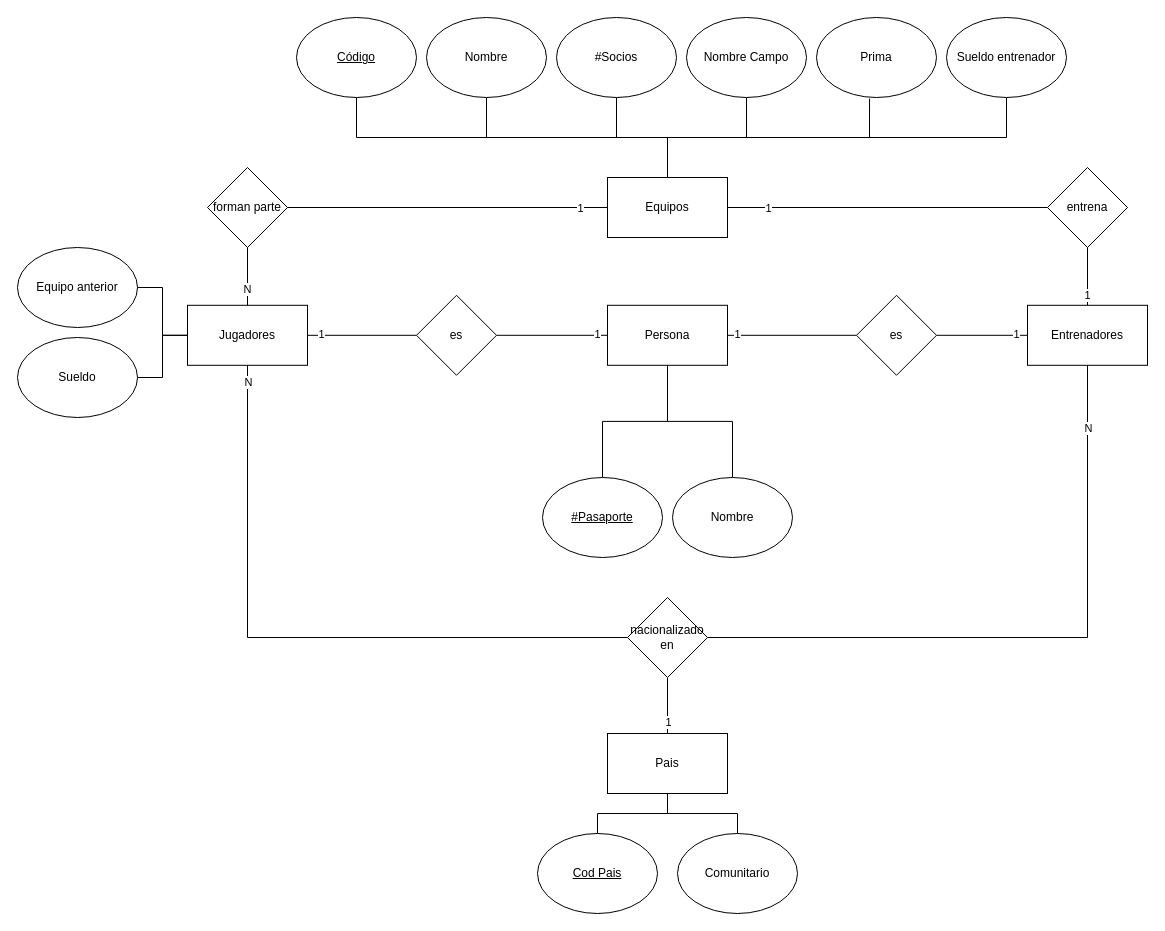
The draw.io diagram page "La Liga" (2 of 4) of ejercicios_diagramas_e_r.drawio in Fonsy/BBDD2021, before the edit. Source tidied: cells renumbered, new cells numbered last; positions are measured from the earlier drawing's top-left corner, leaving out a move shared by most shapes. Both pictures are drawn from the tidied source at 100%, with x=0, y=0 at pixel (17, 17).
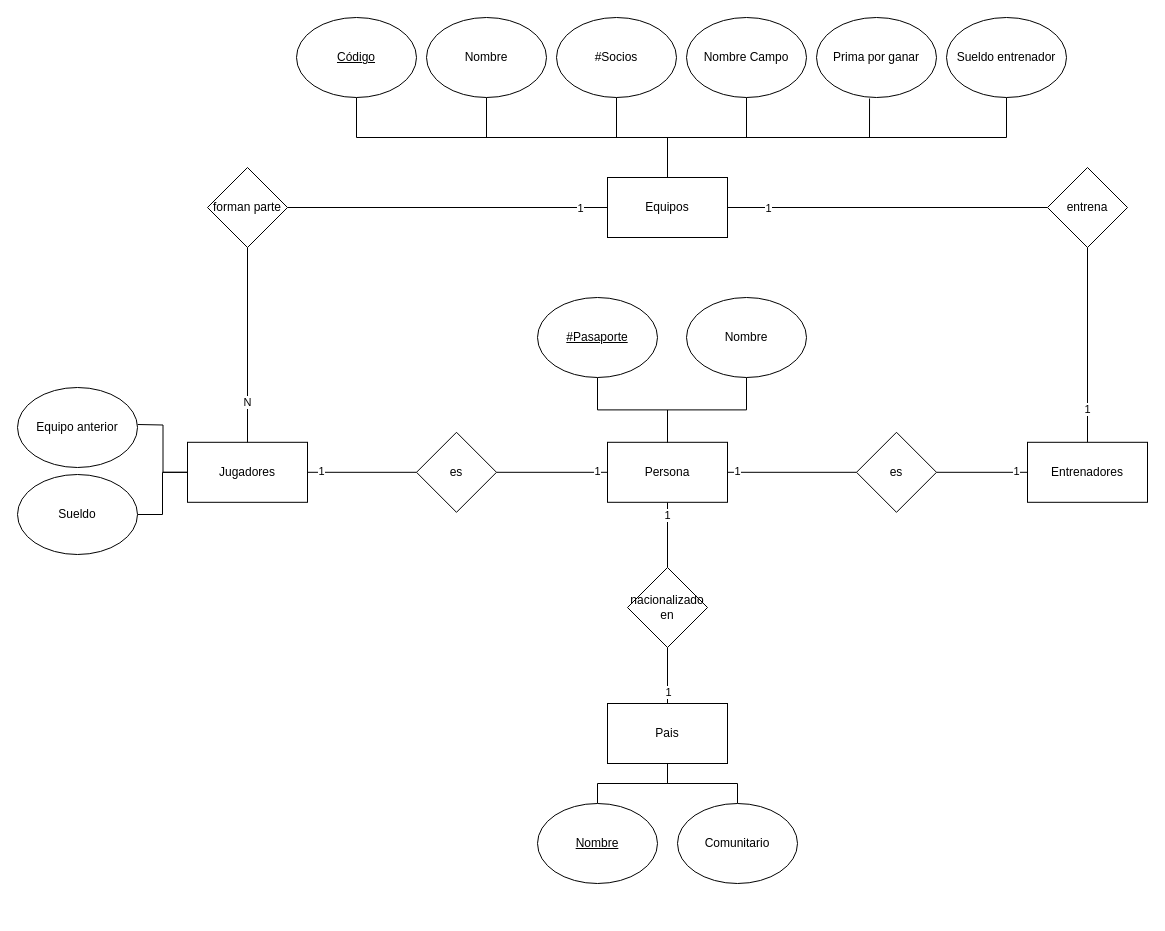
The same page after the edit.

What changed in the source:
```diff
@@
     <mxCell id="6" value="Entrenadores" style="rounded=0;whiteSpace=wrap;html=1;" parent="1" vertex="1">
-      <mxGeometry x="1010" y="287.8" width="120" height="60" as="geometry" />
+      <mxGeometry x="1010" y="424.8" width="120" height="60" as="geometry" />
     </mxCell>
@@
     <mxCell id="9" value="Jugadores" style="rounded=0;whiteSpace=wrap;html=1;" parent="1" vertex="1">
-      <mxGeometry x="170" y="287.8" width="120" height="60" as="geometry" />
+      <mxGeometry x="170" y="424.8" width="120" height="60" as="geometry" />
     </mxCell>
@@
     <mxCell id="26" value="Sueldo" style="ellipse;whiteSpace=wrap;html=1;" parent="1" vertex="1">
-      <mxGeometry y="320" width="120" height="80" as="geometry" />
+      <mxGeometry y="457" width="120" height="80" as="geometry" />
     </mxCell>
@@
-    <mxCell id="28" value="Prima" style="ellipse;whiteSpace=wrap;html=1;" parent="1" vertex="1">
+    <mxCell id="28" value="Prima por ganar" style="ellipse;whiteSpace=wrap;html=1;" parent="1" vertex="1">
       <mxGeometry x="799" width="120" height="80" as="geometry" />
     </mxCell>
-    <mxCell id="29" style="edgeStyle=orthogonalEdgeStyle;rounded=0;jettySize=auto;html=1;endArrow=none;endFill=0;entryX=0;entryY=0.5;entryDx=0;entryDy=0;" parent="1" edge="1" source="30" target="9">
-      <mxGeometry relative="1" as="geometry" />
+    <mxCell id="29" style="edgeStyle=orthogonalEdgeStyle;rounded=0;jettySize=auto;html=1;endArrow=none;endFill=0;entryX=0;entryY=0.5;entryDx=0;entryDy=0;" parent="1" edge="1" target="9">
+      <mxGeometry relative="1" as="geometry">
+        <mxPoint x="120" y="407" as="sourcePoint" />
+      </mxGeometry>
     </mxCell>
     <mxCell id="30" value="Equipo anterior" style="ellipse;whiteSpace=wrap;html=1;" parent="1" vertex="1">
-      <mxGeometry y="230" width="120" height="80" as="geometry" />
+      <mxGeometry y="370" width="120" height="80" as="geometry" />
     </mxCell>
@@
     <mxCell id="35" value="Pais" style="rounded=0;whiteSpace=wrap;html=1;" parent="1" vertex="1">
-      <mxGeometry x="590" y="716" width="120" height="60" as="geometry" />
+      <mxGeometry x="590" y="686" width="120" height="60" as="geometry" />
     </mxCell>
-    <mxCell id="36" style="edgeStyle=orthogonalEdgeStyle;rounded=0;jettySize=auto;html=1;endArrow=none;endFill=0;exitX=0;exitY=0.5;exitDx=0;exitDy=0;" parent="1" edge="1" source="44" target="9">
-      <mxGeometry relative="1" as="geometry" />
-    </mxCell>
-    <mxCell id="37" value="N" style="edgeLabel;html=1;align=center;verticalAlign=middle;" parent="36" vertex="1">
-      <mxGeometry x="0.82" relative="1" as="geometry">
-        <mxPoint y="-42" as="offset" />
-      </mxGeometry>
-    </mxCell>
@@
     <mxCell id="39" value="Comunitario" style="ellipse;whiteSpace=wrap;html=1;" parent="1" vertex="1">
-      <mxGeometry x="660" y="816" width="120" height="80" as="geometry" />
+      <mxGeometry x="660" y="786" width="120" height="80" as="geometry" />
     </mxCell>
@@
-    <mxCell id="41" value="&lt;u&gt;Cod Pais&lt;/u&gt;" style="ellipse;whiteSpace=wrap;html=1;" parent="1" vertex="1">
-      <mxGeometry x="520" y="816" width="120" height="80" as="geometry" />
+    <mxCell id="41" value="&lt;u&gt;Nombre&lt;/u&gt;" style="ellipse;whiteSpace=wrap;html=1;" parent="1" vertex="1">
+      <mxGeometry x="520" y="786" width="120" height="80" as="geometry" />
     </mxCell>
-    <mxCell id="42" style="edgeStyle=orthogonalEdgeStyle;rounded=0;jettySize=auto;html=1;endArrow=none;endFill=0;" parent="1" edge="1" source="44" target="6">
-      <mxGeometry relative="1" as="geometry" />
-    </mxCell>
-    <mxCell id="43" value="N" style="edgeLabel;html=1;align=center;verticalAlign=middle;" parent="42" vertex="1">
-      <mxGeometry x="0.81" relative="1" as="geometry" />
-    </mxCell>
+    <mxCell id="58" style="edgeStyle=orthogonalEdgeStyle;rounded=0;jettySize=auto;html=1;endArrow=none;endFill=0;" parent="1" edge="1" source="44" target="47">
+      <mxGeometry relative="1" as="geometry" />
+    </mxCell>
+    <mxCell id="59" value="1" style="edgeLabel;html=1;align=center;verticalAlign=middle;" parent="58" vertex="1">
+      <mxGeometry x="0.79" relative="1" as="geometry">
+        <mxPoint x="-1" y="5" as="offset" />
+      </mxGeometry>
+    </mxCell>
     <mxCell id="44" value="nacionalizado en" style="rhombus;whiteSpace=wrap;html=1;" parent="1" vertex="1">
-      <mxGeometry x="610" y="580" width="80" height="80" as="geometry" />
+      <mxGeometry x="610" y="550" width="80" height="80" as="geometry" />
     </mxCell>
@@
     <mxCell id="47" value="Persona" style="rounded=0;whiteSpace=wrap;html=1;" parent="1" vertex="1">
-      <mxGeometry x="590" y="287.8" width="120" height="60" as="geometry" />
+      <mxGeometry x="590" y="424.8" width="120" height="60" as="geometry" />
     </mxCell>
-    <mxCell id="48" style="edgeStyle=orthogonalEdgeStyle;rounded=0;jettySize=auto;html=1;endArrow=none;endFill=0;" parent="1" edge="1" source="49" target="47">
+    <mxCell id="48" style="edgeStyle=orthogonalEdgeStyle;rounded=0;jettySize=auto;html=1;endArrow=none;endFill=0;exitX=0.5;exitY=1;exitDx=0;exitDy=0;" parent="1" edge="1" source="49" target="47">
       <mxGeometry relative="1" as="geometry" />
     </mxCell>
     <mxCell id="49" value="&lt;u&gt;#Pasaporte&lt;/u&gt;" style="ellipse;whiteSpace=wrap;html=1;" parent="1" vertex="1">
-      <mxGeometry x="525" y="460" width="120" height="80" as="geometry" />
+      <mxGeometry x="520" y="280" width="120" height="80" as="geometry" />
     </mxCell>
-    <mxCell id="50" style="edgeStyle=orthogonalEdgeStyle;rounded=0;jettySize=auto;html=1;entryX=0.5;entryY=1;entryDx=0;entryDy=0;endArrow=none;endFill=0;" parent="1" edge="1" source="51" target="47">
+    <mxCell id="50" style="edgeStyle=orthogonalEdgeStyle;rounded=0;jettySize=auto;html=1;entryX=0.5;entryY=0;entryDx=0;entryDy=0;endArrow=none;endFill=0;exitX=0.5;exitY=1;exitDx=0;exitDy=0;" parent="1" edge="1" source="51" target="47">
       <mxGeometry relative="1" as="geometry" />
     </mxCell>
     <mxCell id="51" value="Nombre" style="ellipse;whiteSpace=wrap;html=1;" parent="1" vertex="1">
-      <mxGeometry x="655" y="460" width="120" height="80" as="geometry" />
+      <mxGeometry x="669" y="280" width="120" height="80" as="geometry" />
     </mxCell>
@@
     <mxCell id="54" value="es" style="rhombus;whiteSpace=wrap;html=1;" parent="1" vertex="1">
-      <mxGeometry x="839" y="277.8" width="80" height="80" as="geometry" />
+      <mxGeometry x="839" y="414.8" width="80" height="80" as="geometry" />
     </mxCell>
@@
     <mxCell id="57" value="es" style="rhombus;whiteSpace=wrap;html=1;" parent="1" vertex="1">
-      <mxGeometry x="399" y="277.8" width="80" height="80" as="geometry" />
+      <mxGeometry x="399" y="414.8" width="80" height="80" as="geometry" />
     </mxCell>
```
